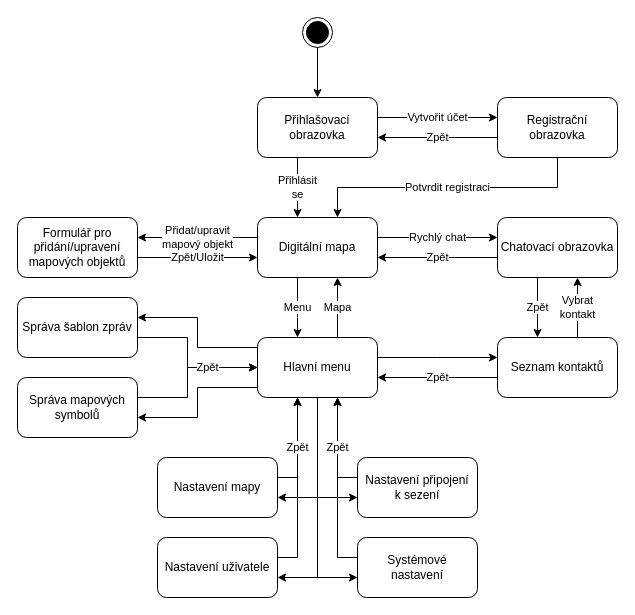
Revarin/dp24-milapp-perina keeps this draw.io diagram as doc/design/screen_sequence.drawio. Above is the earlier version. Source tidied: cells renumbered, new cells numbered last; positions are measured from the earlier drawing's top-left corner, leaving out a move shared by most shapes. Both pictures are drawn from the tidied source at 100%, with x=0, y=0 at pixel (17, 17).
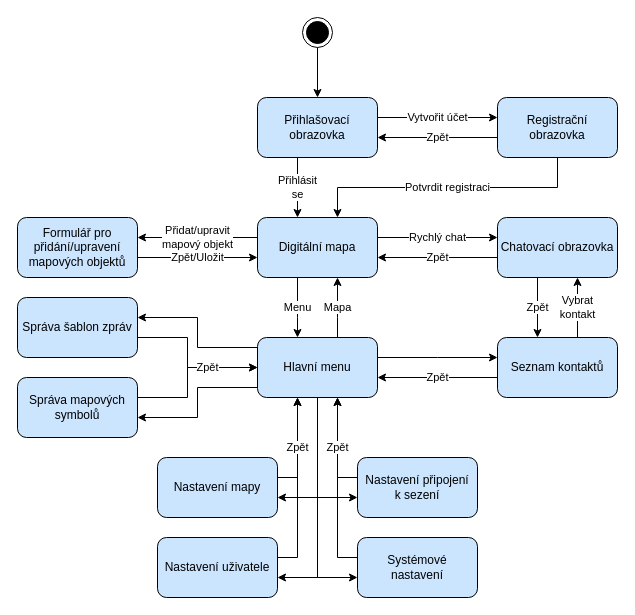
Above is the later version.

What changed in the source:
```diff
@@
-    <mxCell id="4" value="Přihlašovací obrazovka" style="rounded=1;whiteSpace=wrap;html=1;" parent="1" vertex="1">
+    <mxCell id="4" value="Přihlašovací obrazovka" style="rounded=1;whiteSpace=wrap;html=1;fillColor=#CCE5FF;" parent="1" vertex="1">
       <mxGeometry x="240" y="80" width="120" height="60" as="geometry" />
     </mxCell>
@@
-    <mxCell id="7" value="Registrační obrazovka" style="rounded=1;whiteSpace=wrap;html=1;" parent="1" vertex="1">
+    <mxCell id="7" value="Registrační obrazovka" style="rounded=1;whiteSpace=wrap;html=1;fillColor=#CCE5FF;" parent="1" vertex="1">
       <mxGeometry x="480" y="80" width="120" height="60" as="geometry" />
     </mxCell>
@@
-    <mxCell id="11" value="Digitální mapa" style="rounded=1;whiteSpace=wrap;html=1;" parent="1" vertex="1">
+    <mxCell id="11" value="Digitální mapa" style="rounded=1;whiteSpace=wrap;html=1;fillColor=#CCE5FF;" parent="1" vertex="1">
       <mxGeometry x="240" y="200" width="120" height="60" as="geometry" />
     </mxCell>
@@
-    <mxCell id="20" value="Hlavní menu" style="rounded=1;whiteSpace=wrap;html=1;" parent="1" vertex="1">
+    <mxCell id="20" value="Hlavní menu" style="rounded=1;whiteSpace=wrap;html=1;fillColor=#CCE5FF;" parent="1" vertex="1">
       <mxGeometry x="240" y="320" width="120" height="60" as="geometry" />
     </mxCell>
-    <mxCell id="21" value="Nastavení mapy" style="rounded=1;whiteSpace=wrap;html=1;" parent="1" vertex="1">
+    <mxCell id="21" value="Nastavení mapy" style="rounded=1;whiteSpace=wrap;html=1;fillColor=#CCE5FF;" parent="1" vertex="1">
       <mxGeometry x="140" y="440" width="120" height="60" as="geometry" />
     </mxCell>
-    <mxCell id="22" value="Nastavení připojení&lt;br&gt;k sezení" style="rounded=1;whiteSpace=wrap;html=1;" parent="1" vertex="1">
+    <mxCell id="22" value="Nastavení připojení&lt;br&gt;k sezení" style="rounded=1;whiteSpace=wrap;html=1;fillColor=#CCE5FF;" parent="1" vertex="1">
       <mxGeometry x="340" y="440" width="120" height="60" as="geometry" />
     </mxCell>
@@
-    <mxCell id="25" value="Seznam kontaktů" style="rounded=1;whiteSpace=wrap;html=1;" parent="1" vertex="1">
+    <mxCell id="25" value="Seznam kontaktů" style="rounded=1;whiteSpace=wrap;html=1;fillColor=#CCE5FF;" parent="1" vertex="1">
       <mxGeometry x="480" y="320" width="120" height="60" as="geometry" />
     </mxCell>
@@
-    <mxCell id="28" value="Chatovací obrazovka" style="rounded=1;whiteSpace=wrap;html=1;" parent="1" vertex="1">
+    <mxCell id="28" value="Chatovací obrazovka" style="rounded=1;whiteSpace=wrap;html=1;fillColor=#CCE5FF;" parent="1" vertex="1">
       <mxGeometry x="480" y="200" width="120" height="60" as="geometry" />
     </mxCell>
@@
-    <mxCell id="32" value="Formulář pro přidání/upravení mapových objektů" style="rounded=1;whiteSpace=wrap;html=1;" parent="1" vertex="1">
+    <mxCell id="32" value="Formulář pro přidání/upravení mapových objektů" style="rounded=1;whiteSpace=wrap;html=1;fillColor=#CCE5FF;" parent="1" vertex="1">
       <mxGeometry y="200" width="120" height="60" as="geometry" />
     </mxCell>
@@
-    <mxCell id="34" value="Správa mapových symbolů" style="rounded=1;whiteSpace=wrap;html=1;" parent="1" vertex="1">
+    <mxCell id="34" value="Správa mapových symbolů" style="rounded=1;whiteSpace=wrap;html=1;fillColor=#CCE5FF;" parent="1" vertex="1">
       <mxGeometry y="360" width="120" height="60" as="geometry" />
     </mxCell>
@@
-    <mxCell id="36" value="Správa šablon zpráv" style="rounded=1;whiteSpace=wrap;html=1;" parent="1" vertex="1">
+    <mxCell id="36" value="Správa šablon zpráv" style="rounded=1;whiteSpace=wrap;html=1;fillColor=#CCE5FF;" parent="1" vertex="1">
       <mxGeometry y="280" width="120" height="60" as="geometry" />
     </mxCell>
@@
-    <mxCell id="38" value="Nastavení uživatele" style="rounded=1;whiteSpace=wrap;html=1;" parent="1" vertex="1">
+    <mxCell id="38" value="Nastavení uživatele" style="rounded=1;whiteSpace=wrap;html=1;fillColor=#CCE5FF;" parent="1" vertex="1">
       <mxGeometry x="140" y="520" width="120" height="60" as="geometry" />
     </mxCell>
@@
-    <mxCell id="41" value="Systémové&lt;br&gt;nastavení" style="rounded=1;whiteSpace=wrap;html=1;" parent="1" vertex="1">
+    <mxCell id="41" value="Systémové&lt;br&gt;nastavení" style="rounded=1;whiteSpace=wrap;html=1;fillColor=#CCE5FF;" parent="1" vertex="1">
       <mxGeometry x="340" y="520" width="120" height="60" as="geometry" />
     </mxCell>
```
